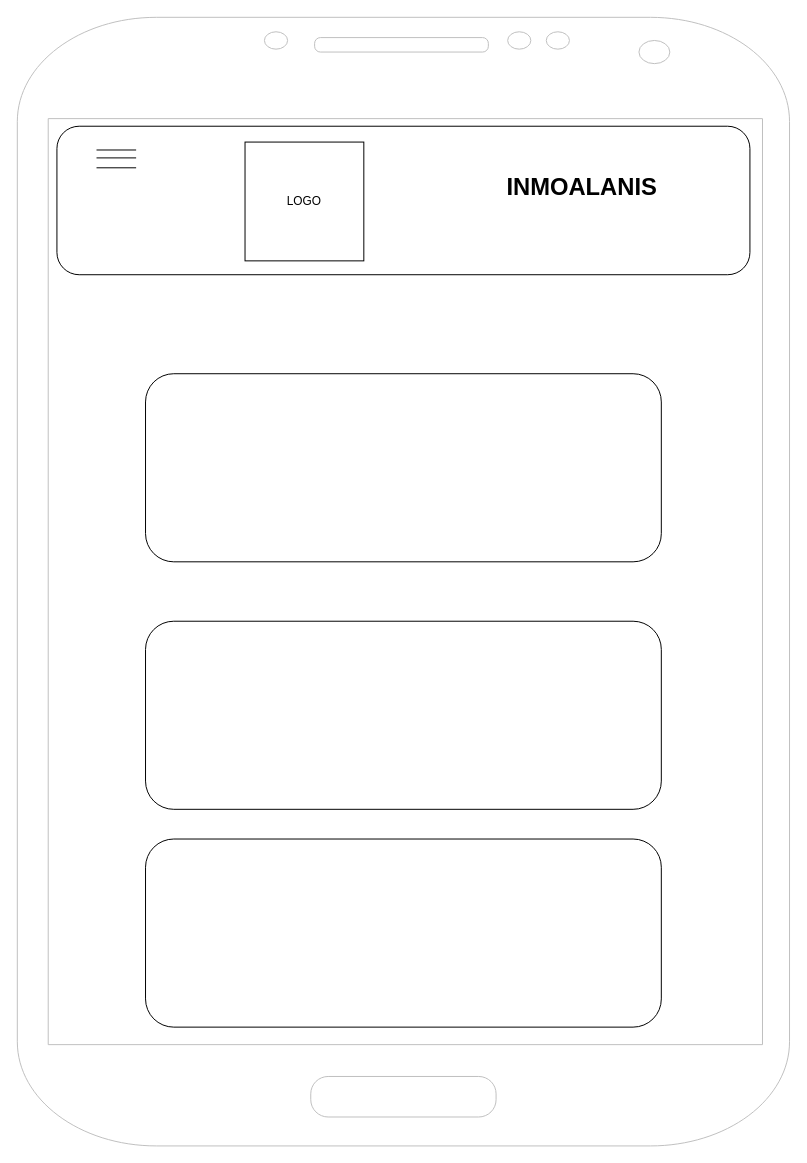
Above: Untitled Diagram.drawio in moroninavarro/wdd231 (draw.io), before the change. Source tidied: cells renumbered, new cells numbered last; positions are measured from the earlier drawing's top-left corner, leaving out a move shared by most shapes. Both pictures are drawn from the tidied source at 99%, with x=0, y=0 at pixel (17, 17).
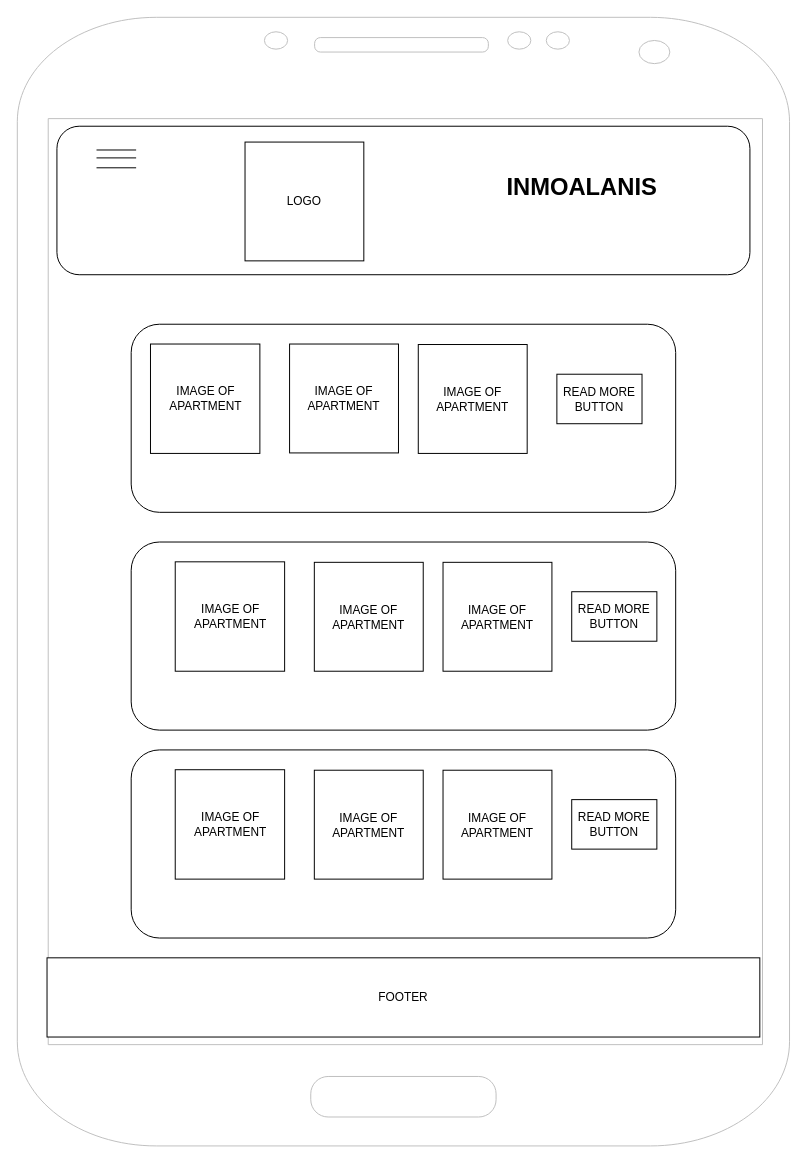
The same page after the edit.

The edit, as a diff of the source:
```diff
@@
-    <mxCell id="3" style="rounded=1;whiteSpace=wrap;html=1;" parent="1" vertex="1">
-      <mxGeometry x="129.5" y="830" width="521" height="190" as="geometry" />
-    </mxCell>
@@
     <mxCell id="5" style="rounded=1;whiteSpace=wrap;html=1;align=left;" parent="1" vertex="1">
-      <mxGeometry x="129.5" y="360" width="521" height="190" as="geometry" />
+      <mxGeometry x="115" y="310" width="550" height="190" as="geometry" />
     </mxCell>
-    <mxCell id="6" style="rounded=1;whiteSpace=wrap;html=1;" parent="1" vertex="1">
-      <mxGeometry x="129.5" y="610" width="521" height="190" as="geometry" />
-    </mxCell>
@@
+    <mxCell id="12" value="IMAGE OF APARTMENT" style="whiteSpace=wrap;html=1;" parent="1" vertex="1">
+      <mxGeometry x="134.5" y="330" width="110.5" height="110.5" as="geometry" />
+    </mxCell>
+    <mxCell id="13" value="IMAGE OF APARTMENT" style="whiteSpace=wrap;html=1;" parent="1" vertex="1">
+      <mxGeometry x="275" y="330" width="110" height="110" as="geometry" />
+    </mxCell>
+    <mxCell id="14" value="IMAGE OF APARTMENT" style="whiteSpace=wrap;html=1;" parent="1" vertex="1">
+      <mxGeometry x="405" y="330.5" width="110" height="110" as="geometry" />
+    </mxCell>
+    <mxCell id="15" value="READ MORE BUTTON" style="rounded=0;whiteSpace=wrap;html=1;" parent="1" vertex="1">
+      <mxGeometry x="545" y="360.5" width="86" height="50" as="geometry" />
+    </mxCell>
+    <mxCell id="16" style="rounded=1;whiteSpace=wrap;html=1;align=left;" parent="1" vertex="1">
+      <mxGeometry x="115" y="530" width="550" height="190" as="geometry" />
+    </mxCell>
+    <mxCell id="17" value="IMAGE OF APARTMENT" style="whiteSpace=wrap;html=1;" parent="1" vertex="1">
+      <mxGeometry x="159.5" y="550" width="110.5" height="110.5" as="geometry" />
+    </mxCell>
+    <mxCell id="18" value="IMAGE OF APARTMENT" style="whiteSpace=wrap;html=1;" parent="1" vertex="1">
+      <mxGeometry x="300" y="550.5" width="110" height="110" as="geometry" />
+    </mxCell>
+    <mxCell id="19" value="IMAGE OF APARTMENT" style="whiteSpace=wrap;html=1;" parent="1" vertex="1">
+      <mxGeometry x="430" y="550.5" width="110" height="110" as="geometry" />
+    </mxCell>
+    <mxCell id="20" value="READ MORE BUTTON" style="rounded=0;whiteSpace=wrap;html=1;" parent="1" vertex="1">
+      <mxGeometry x="560" y="580.2" width="86" height="50" as="geometry" />
+    </mxCell>
+    <mxCell id="21" style="rounded=1;whiteSpace=wrap;html=1;align=left;" parent="1" vertex="1">
+      <mxGeometry x="115" y="740" width="550" height="190" as="geometry" />
+    </mxCell>
+    <mxCell id="22" value="IMAGE OF APARTMENT" style="whiteSpace=wrap;html=1;" parent="1" vertex="1">
+      <mxGeometry x="159.5" y="760" width="110.5" height="110.5" as="geometry" />
+    </mxCell>
+    <mxCell id="23" value="IMAGE OF APARTMENT" style="whiteSpace=wrap;html=1;" parent="1" vertex="1">
+      <mxGeometry x="300" y="760.5" width="110" height="110" as="geometry" />
+    </mxCell>
+    <mxCell id="24" value="IMAGE OF APARTMENT" style="whiteSpace=wrap;html=1;" parent="1" vertex="1">
+      <mxGeometry x="430" y="760.5" width="110" height="110" as="geometry" />
+    </mxCell>
+    <mxCell id="25" value="READ MORE BUTTON" style="rounded=0;whiteSpace=wrap;html=1;" parent="1" vertex="1">
+      <mxGeometry x="560" y="790.2" width="86" height="50" as="geometry" />
+    </mxCell>
+    <mxCell id="26" value="FOOTER" style="rounded=0;whiteSpace=wrap;html=1;" parent="1" vertex="1">
+      <mxGeometry x="30" y="950" width="720" height="80" as="geometry" />
+    </mxCell>
```
